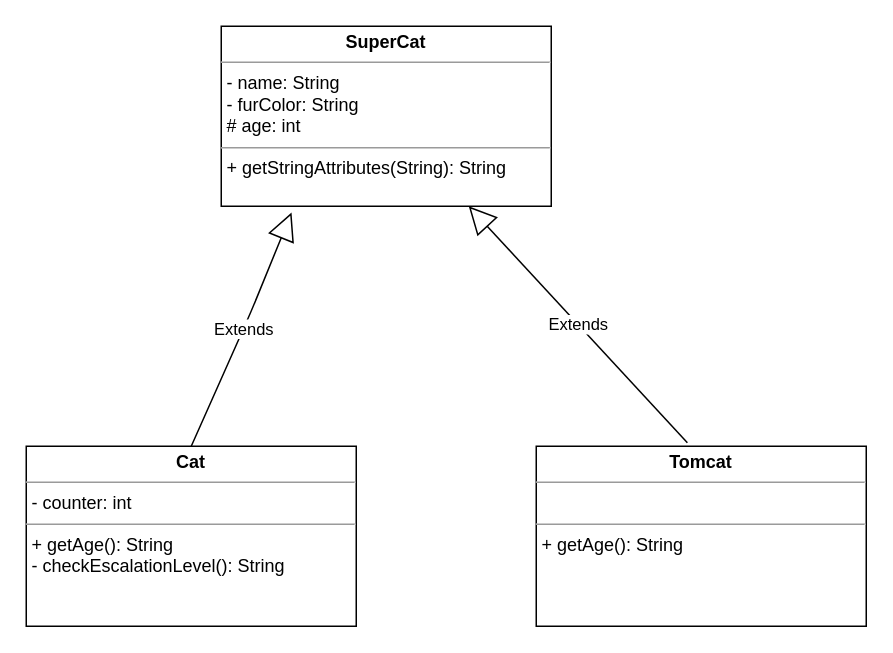
This is page "Cat_Tomcat_1" (4 of 5) of cat.drawio from Isamu911/03a_Inheritance, a draw.io file, before an edit. Source tidied: cells renumbered, new cells numbered last; positions are measured from the earlier drawing's top-left corner, leaving out a move shared by most shapes. Both pictures are drawn from the tidied source at 150%, with x=0, y=0 at pixel (26, 26).
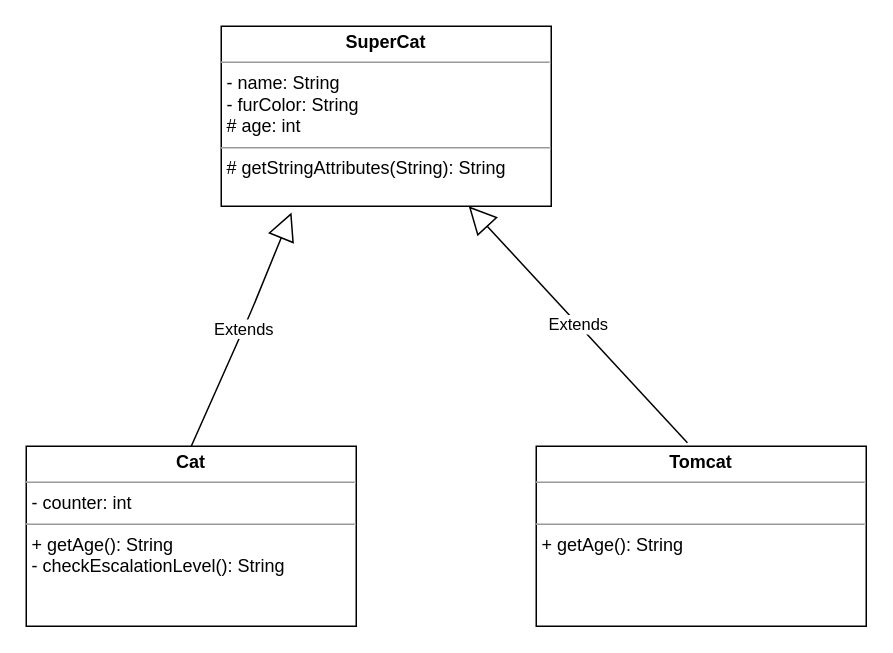
Above is the later version.

Change to the diagram source:
```diff
@@
 <mxGraphModel>
   <root>
     <mxCell id="0" />
     <mxCell id="1" parent="0" />
-    <mxCell id="2" value="&lt;p style=&quot;margin: 0px ; margin-top: 4px ; text-align: center&quot;&gt;&lt;b&gt;SuperCat&lt;/b&gt;&lt;/p&gt;&lt;hr size=&quot;1&quot;&gt;&lt;p style=&quot;margin: 0px ; margin-left: 4px&quot;&gt;- name: String&lt;/p&gt;&lt;p style=&quot;margin: 0px ; margin-left: 4px&quot;&gt;- furColor: String&lt;br&gt;&lt;/p&gt;&lt;p style=&quot;margin: 0px ; margin-left: 4px&quot;&gt;# age: int&lt;/p&gt;&lt;hr size=&quot;1&quot;&gt;&lt;p style=&quot;margin: 0px ; margin-left: 4px&quot;&gt;&lt;span&gt;+ getStringAttributes(String): String&lt;/span&gt;&lt;/p&gt;&lt;p style=&quot;margin: 0px ; margin-left: 4px&quot;&gt;&lt;span&gt;&lt;br&gt;&lt;/span&gt;&lt;/p&gt;&lt;p style=&quot;margin: 0px ; margin-left: 4px&quot;&gt;&lt;span&gt;&lt;br&gt;&lt;/span&gt;&lt;/p&gt;&lt;p style=&quot;margin: 0px ; margin-left: 4px&quot;&gt;&lt;br&gt;&lt;/p&gt;" style="verticalAlign=top;align=left;overflow=fill;fontSize=12;fontFamily=Helvetica;html=1;" parent="1" vertex="1">
+    <mxCell id="2" value="&lt;p style=&quot;margin: 0px ; margin-top: 4px ; text-align: center&quot;&gt;&lt;b&gt;SuperCat&lt;/b&gt;&lt;/p&gt;&lt;hr size=&quot;1&quot;&gt;&lt;p style=&quot;margin: 0px ; margin-left: 4px&quot;&gt;- name: String&lt;/p&gt;&lt;p style=&quot;margin: 0px ; margin-left: 4px&quot;&gt;- furColor: String&lt;br&gt;&lt;/p&gt;&lt;p style=&quot;margin: 0px ; margin-left: 4px&quot;&gt;# age: int&lt;/p&gt;&lt;hr size=&quot;1&quot;&gt;&lt;p style=&quot;margin: 0px ; margin-left: 4px&quot;&gt;&lt;span&gt;# getStringAttributes(String): String&lt;/span&gt;&lt;/p&gt;&lt;p style=&quot;margin: 0px ; margin-left: 4px&quot;&gt;&lt;span&gt;&lt;br&gt;&lt;/span&gt;&lt;/p&gt;&lt;p style=&quot;margin: 0px ; margin-left: 4px&quot;&gt;&lt;span&gt;&lt;br&gt;&lt;/span&gt;&lt;/p&gt;&lt;p style=&quot;margin: 0px ; margin-left: 4px&quot;&gt;&lt;br&gt;&lt;/p&gt;" style="verticalAlign=top;align=left;overflow=fill;fontSize=12;fontFamily=Helvetica;html=1;" parent="1" vertex="1">
       <mxGeometry x="130" width="220" height="120" as="geometry" />
     </mxCell>
     <mxCell id="3" value="&lt;p style=&quot;margin: 0px ; margin-top: 4px ; text-align: center&quot;&gt;&lt;b&gt;Tomcat&lt;/b&gt;&lt;/p&gt;&lt;hr size=&quot;1&quot;&gt;&lt;p style=&quot;margin: 0px ; margin-left: 4px&quot;&gt;&lt;br&gt;&lt;/p&gt;&lt;hr size=&quot;1&quot;&gt;&lt;p style=&quot;margin: 0px ; margin-left: 4px&quot;&gt;&lt;span&gt;+ getAge(): String&lt;/span&gt;&lt;br&gt;&lt;/p&gt;&lt;p style=&quot;margin: 0px ; margin-left: 4px&quot;&gt;&lt;br&gt;&lt;/p&gt;" style="verticalAlign=top;align=left;overflow=fill;fontSize=12;fontFamily=Helvetica;html=1;" parent="1" vertex="1">
       <mxGeometry x="340" y="280" width="220" height="120" as="geometry" />
     </mxCell>
     <mxCell id="4" value="&lt;p style=&quot;margin: 0px ; margin-top: 4px ; text-align: center&quot;&gt;&lt;b&gt;Cat&lt;/b&gt;&lt;/p&gt;&lt;hr size=&quot;1&quot;&gt;&lt;p style=&quot;margin: 0px ; margin-left: 4px&quot;&gt;&lt;span&gt;- counter: int&lt;/span&gt;&lt;br&gt;&lt;/p&gt;&lt;hr size=&quot;1&quot;&gt;&lt;p style=&quot;margin: 0px ; margin-left: 4px&quot;&gt;&lt;span&gt;+ getAge(): String&lt;/span&gt;&lt;br&gt;&lt;/p&gt;&lt;p style=&quot;margin: 0px ; margin-left: 4px&quot;&gt;- checkEscalationLevel(): String&lt;br&gt;&lt;/p&gt;" style="verticalAlign=top;align=left;overflow=fill;fontSize=12;fontFamily=Helvetica;html=1;" parent="1" vertex="1">
       <mxGeometry y="280" width="220" height="120" as="geometry" />
     </mxCell>
     <mxCell id="5" value="Extends" style="endArrow=block;endSize=16;endFill=0;html=1;exitX=0.5;exitY=0;exitDx=0;exitDy=0;entryX=0.213;entryY=1.035;entryDx=0;entryDy=0;entryPerimeter=0;" parent="1" edge="1" source="4" target="2">
       <mxGeometry relative="1" as="geometry">
         <Array as="points">
           <mxPoint x="150" y="190" />
         </Array>
       </mxGeometry>
     </mxCell>
     <mxCell id="6" value="Extends" style="endArrow=block;endSize=16;endFill=0;html=1;entryX=0.75;entryY=1;entryDx=0;entryDy=0;exitX=0.458;exitY=-0.019;exitDx=0;exitDy=0;exitPerimeter=0;" parent="1" edge="1" source="3" target="2">
       <mxGeometry relative="1" as="geometry" />
     </mxCell>
   </root>
 </mxGraphModel>
```
